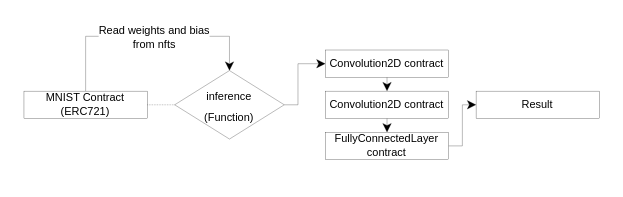
The draw.io diagram public/schematic.drawio in scottham/OnChainHRDigitPredict, before the edit. Source tidied: cells renumbered, new cells numbered last; positions are measured from the earlier drawing's top-left corner, leaving out a move shared by most shapes. Both pictures are drawn from the tidied source at 137%, with x=0, y=0 at pixel (23, 36).
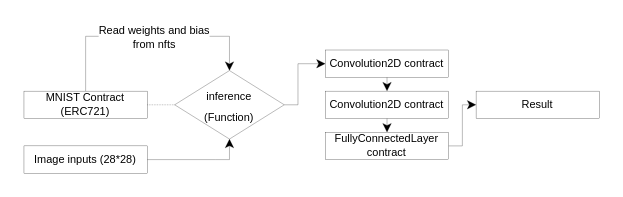
After the change.

Commit message (it also covers changes not shown here):
Changes to be committed: 	modified:   public/.$schematic.drawio.bkp 	modified:   public/schematic.drawio 	modified:   public/schematic.png

Unchanged cells that the change refers to:
```xml
<mxCell id="3" value="&lt;font style=&quot;font-size: 8px; line-height: 0%;&quot;&gt;inference&lt;br&gt;(Function)&lt;/font&gt;" style="rhombus;whiteSpace=wrap;html=1;strokeWidth=0.2;spacing=1;spacingBottom=0;" parent="1" vertex="1">
  <mxGeometry x="110" y="25" width="80" height="50" as="geometry" />
</mxCell>
```

The edit, as a diff of the source:
```diff
@@
+    <mxCell id="15" value="Image inputs (28*28)" style="rounded=0;whiteSpace=wrap;html=1;horizontal=1;strokeWidth=0.2;fontSize=8;" parent="1" vertex="1">
+      <mxGeometry y="80" width="90" height="20" as="geometry" />
+    </mxCell>
+    <mxCell id="16" style="endArrow=classic;html=1;rounded=0;strokeWidth=0.2;entryX=0.5;entryY=1;entryDx=0;entryDy=0;exitX=1;exitY=0.5;exitDx=0;exitDy=0;" parent="1" edge="1" source="15" target="3">
+      <mxGeometry relative="1" as="geometry">
+        <Array as="points">
+          <mxPoint x="140" y="90" />
+          <mxPoint x="150" y="90" />
+        </Array>
+      </mxGeometry>
+    </mxCell>
```
